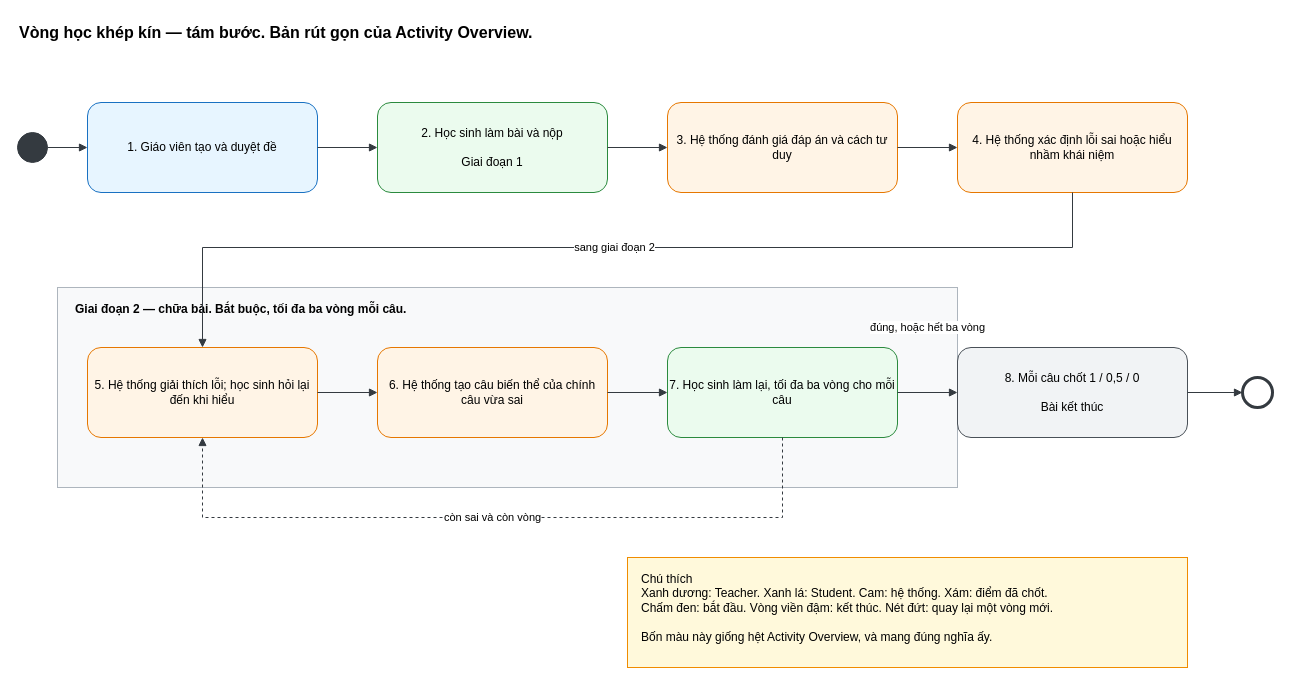
The draw.io diagram docs/diagrams/vong-hoc.drawio in biabeogo147/AI-Assessment-and-Feedback-Assistant, before the edit. Source tidied: cells renumbered, new cells numbered last; positions are measured from the earlier drawing's top-left corner, leaving out a move shared by most shapes. Both pictures are drawn from the tidied source at 100%, with x=0, y=0 at pixel (17, 17).
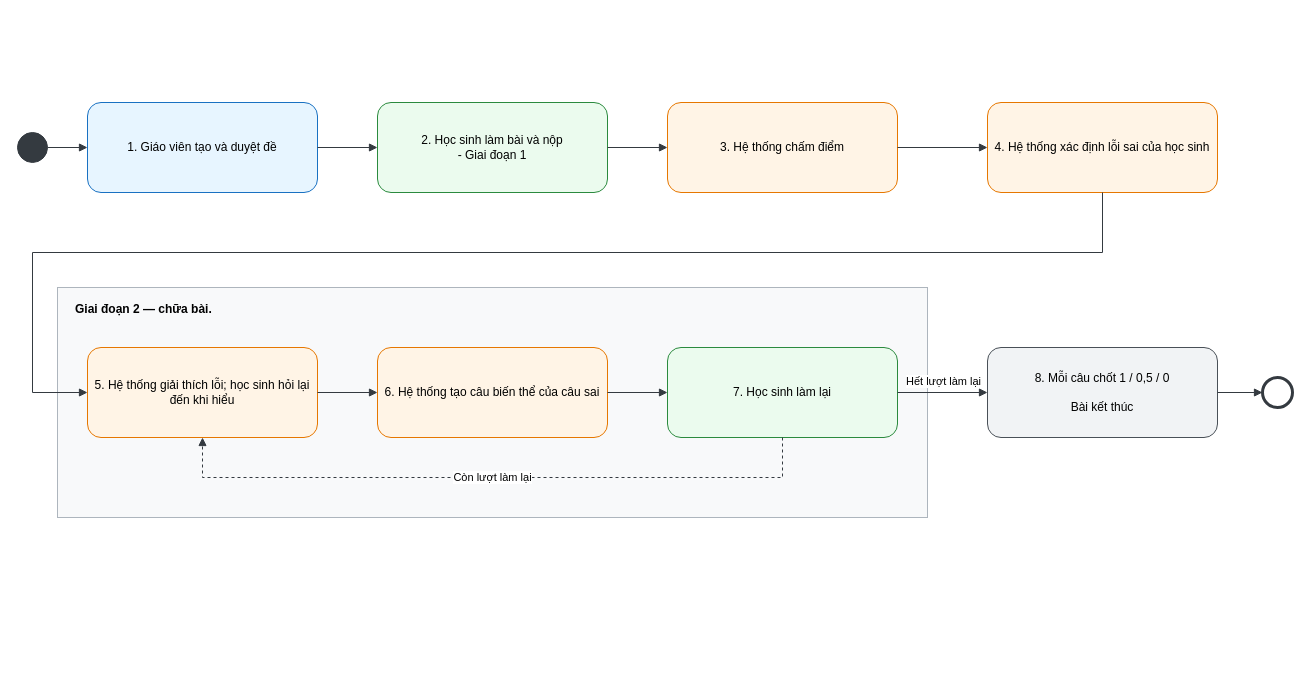
Above is the later version.

Unchanged cells that the change refers to:
```xml
<mxCell id="8" value="5. Hệ thống giải thích lỗi; học sinh hỏi lại đến khi hiểu" style="rounded=1;whiteSpace=wrap;html=1;fillColor=#fff4e6;strokeColor=#e67700;" parent="1" vertex="1">
  <mxGeometry x="70" y="330" width="230" height="90" as="geometry" />
</mxCell>
```

The edit, as a diff of the source:
```diff
@@
-    <mxCell id="2" value="Giai đoạn 2 — chữa bài. Bắt buộc, tối đa ba vòng mỗi câu." style="rounded=0;whiteSpace=wrap;html=1;fillColor=#f8f9fa;strokeColor=#adb5bd;dashed=0;fontStyle=1;verticalAlign=top;align=left;spacingLeft=16;spacingTop=8;" parent="1" vertex="1">
-      <mxGeometry x="40" y="270" width="900" height="200" as="geometry" />
+    <mxCell id="2" value="Giai đoạn 2 — chữa bài.&amp;nbsp;" style="rounded=0;whiteSpace=wrap;html=1;fillColor=#f8f9fa;strokeColor=#adb5bd;dashed=0;fontStyle=1;verticalAlign=top;align=left;spacingLeft=16;spacingTop=8;" parent="1" vertex="1">
+      <mxGeometry x="40" y="270" width="870" height="230" as="geometry" />
     </mxCell>
@@
-    <mxCell id="5" value="2. Học sinh làm bài và nộp&#10;&#10;Giai đoạn 1" style="rounded=1;whiteSpace=wrap;html=1;fillColor=#ebfbee;strokeColor=#2b8a3e;" parent="1" vertex="1">
+    <mxCell id="5" value="2. Học sinh làm bài và nộp&lt;div&gt;-&amp;nbsp;&lt;span style=&quot;background-color: transparent; color: light-dark(rgb(0, 0, 0), rgb(255, 255, 255));&quot;&gt;Giai đoạn 1&lt;/span&gt;&lt;/div&gt;" style="rounded=1;whiteSpace=wrap;html=1;fillColor=#ebfbee;strokeColor=#2b8a3e;" parent="1" vertex="1">
       <mxGeometry x="360" y="85" width="230" height="90" as="geometry" />
     </mxCell>
-    <mxCell id="6" value="3. Hệ thống đánh giá đáp án và cách tư duy" style="rounded=1;whiteSpace=wrap;html=1;fillColor=#fff4e6;strokeColor=#e67700;" parent="1" vertex="1">
+    <mxCell id="6" value="3. Hệ thống chấm điểm" style="rounded=1;whiteSpace=wrap;html=1;fillColor=#fff4e6;strokeColor=#e67700;" parent="1" vertex="1">
       <mxGeometry x="650" y="85" width="230" height="90" as="geometry" />
     </mxCell>
-    <mxCell id="7" value="4. Hệ thống xác định lỗi sai hoặc hiểu nhầm khái niệm" style="rounded=1;whiteSpace=wrap;html=1;fillColor=#fff4e6;strokeColor=#e67700;" parent="1" vertex="1">
-      <mxGeometry x="940" y="85" width="230" height="90" as="geometry" />
+    <mxCell id="7" value="4. Hệ thống xác định lỗi sai của học sinh" style="rounded=1;whiteSpace=wrap;html=1;fillColor=#fff4e6;strokeColor=#e67700;" parent="1" vertex="1">
+      <mxGeometry x="970" y="85" width="230" height="90" as="geometry" />
     </mxCell>
@@
-    <mxCell id="9" value="6. Hệ thống tạo câu biến thể của chính câu vừa sai" style="rounded=1;whiteSpace=wrap;html=1;fillColor=#fff4e6;strokeColor=#e67700;" parent="1" vertex="1">
+    <mxCell id="9" value="6. Hệ thống tạo câu biến thể của câu sai" style="rounded=1;whiteSpace=wrap;html=1;fillColor=#fff4e6;strokeColor=#e67700;" parent="1" vertex="1">
       <mxGeometry x="360" y="330" width="230" height="90" as="geometry" />
     </mxCell>
-    <mxCell id="10" value="7. Học sinh làm lại, tối đa ba vòng cho mỗi câu" style="rounded=1;whiteSpace=wrap;html=1;fillColor=#ebfbee;strokeColor=#2b8a3e;" parent="1" vertex="1">
+    <mxCell id="10" value="7. Học sinh làm lại" style="rounded=1;whiteSpace=wrap;html=1;fillColor=#ebfbee;strokeColor=#2b8a3e;" parent="1" vertex="1">
       <mxGeometry x="650" y="330" width="230" height="90" as="geometry" />
     </mxCell>
     <mxCell id="11" value="8. Mỗi câu chốt 1 / 0,5 / 0&#10;&#10;Bài kết thúc" style="rounded=1;whiteSpace=wrap;html=1;fillColor=#f1f3f5;strokeColor=#495057;" parent="1" vertex="1">
-      <mxGeometry x="940" y="330" width="230" height="90" as="geometry" />
+      <mxGeometry x="970" y="330" width="230" height="90" as="geometry" />
     </mxCell>
     <mxCell id="12" style="ellipse;whiteSpace=wrap;html=1;fillColor=#ffffff;strokeColor=#343a40;strokeWidth=3;" parent="1" vertex="1">
-      <mxGeometry x="1225" y="360" width="30" height="30" as="geometry" />
+      <mxGeometry x="1245" y="360" width="30" height="30" as="geometry" />
     </mxCell>
@@
-    <mxCell id="17" value="sang giai đoạn 2" style="edgeStyle=orthogonalEdgeStyle;rounded=0;html=1;endArrow=block;strokeColor=#343a40;exitX=0.5;exitY=1;exitDx=0;exitDy=0;entryX=0.5;entryY=0;entryDx=0;entryDy=0;" parent="1" edge="1" source="7" target="8">
-      <mxGeometry relative="1" as="geometry">
+    <mxCell id="17" style="edgeStyle=orthogonalEdgeStyle;rounded=0;html=1;endArrow=block;strokeColor=#343a40;exitX=0.5;exitY=1;exitDx=0;exitDy=0;entryX=0;entryY=0.5;entryDx=0;entryDy=0;verticalAlign=bottom;" parent="1" edge="1" source="7" target="8">
+      <mxGeometry x="-0.72" relative="1" as="geometry">
         <Array as="points">
-          <mxPoint x="1055" y="230" />
-          <mxPoint x="185" y="230" />
+          <mxPoint x="1085" y="235" />
+          <mxPoint x="15" y="235" />
+          <mxPoint x="15" y="375" />
         </Array>
       </mxGeometry>
     </mxCell>
@@
-    <mxCell id="20" value="đúng, hoặc hết ba vòng" style="edgeStyle=orthogonalEdgeStyle;rounded=0;html=1;endArrow=block;strokeColor=#343a40;verticalAlign=bottom;" parent="1" edge="1" source="10" target="11">
-      <mxGeometry relative="1" as="geometry">
-        <mxPoint y="-56" as="offset" />
-      </mxGeometry>
+    <mxCell id="20" value="Hết lượt làm lại" style="edgeStyle=orthogonalEdgeStyle;rounded=0;html=1;endArrow=block;strokeColor=#343a40;verticalAlign=bottom;" parent="1" edge="1" source="10" target="11">
+      <mxGeometry x="0.02" y="2" relative="1" as="geometry" />
     </mxCell>
-    <mxCell id="21" value="còn sai và còn vòng" style="edgeStyle=orthogonalEdgeStyle;rounded=0;html=1;endArrow=block;strokeColor=#343a40;dashed=1;exitX=0.5;exitY=1;exitDx=0;exitDy=0;entryX=0.5;entryY=1;entryDx=0;entryDy=0;" parent="1" edge="1" source="10" target="8">
+    <mxCell id="21" value="Còn lượt làm lại" style="edgeStyle=orthogonalEdgeStyle;rounded=0;html=1;endArrow=block;strokeColor=#343a40;dashed=1;exitX=0.5;exitY=1;exitDx=0;exitDy=0;entryX=0.5;entryY=1;entryDx=0;entryDy=0;" parent="1" edge="1" source="10" target="8">
       <mxGeometry relative="1" as="geometry">
         <Array as="points">
-          <mxPoint x="765" y="500" />
-          <mxPoint x="185" y="500" />
+          <mxPoint x="765" y="460" />
+          <mxPoint x="185" y="460" />
         </Array>
       </mxGeometry>
     </mxCell>
@@
-    <mxCell id="23" value="Chú thích&#10;Xanh dương: Teacher. Xanh lá: Student. Cam: hệ thống. Xám: điểm đã chốt.&#10;Chấm đen: bắt đầu. Vòng viền đậm: kết thúc. Nét đứt: quay lại một vòng mới.&#10;&#10;Bốn màu này giống hệt Activity Overview, và mang đúng nghĩa ấy." style="rounded=0;whiteSpace=wrap;html=1;fillColor=#fff9db;strokeColor=#f08c00;align=left;verticalAlign=top;spacingLeft=12;spacingTop=8;" parent="1" vertex="1">
-      <mxGeometry x="610" y="540" width="560" height="110" as="geometry" />
-    </mxCell>
-    <mxCell id="24" value="Vòng học khép kín — tám bước. Bản rút gọn của Activity Overview." style="text;html=1;align=left;verticalAlign=middle;fontStyle=1;fontSize=16;" parent="1" vertex="1">
-      <mxGeometry width="700" height="30" as="geometry" />
-    </mxCell>
```
